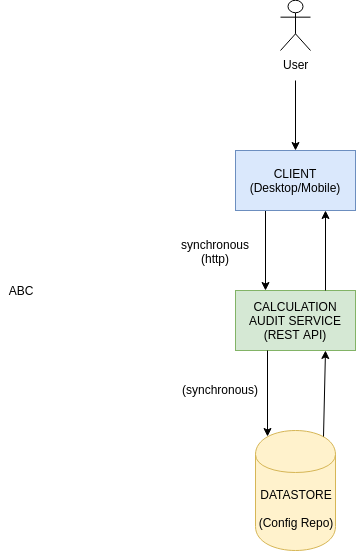
Above: Initial - Poll.png in rajkumar90/intuit-craft (draw.io), before the change. Source tidied: cells renumbered, new cells last; positions are measured from the earlier drawing's top-left corner, leaving out a move shared by most shapes.
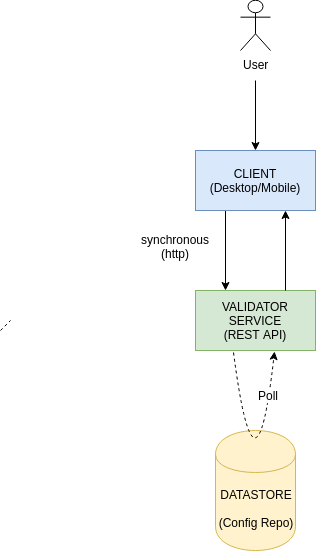
After the commit.

Change to the diagram source:
```diff
@@ -8,23 +8,15 @@
     <mxCell id="3" value="CLIENT (Desktop/Mobile)" style="rounded=0;whiteSpace=wrap;html=1;fillColor=#dae8fc;strokeColor=#6c8ebf;" parent="1" vertex="1">
       <mxGeometry x="235" y="150" width="120" height="60" as="geometry" />
     </mxCell>
-    <mxCell id="4" value="CALCULATION AUDIT SERVICE&lt;br&gt;(REST API)" style="rounded=0;whiteSpace=wrap;html=1;fillColor=#d5e8d4;strokeColor=#82b366;" parent="1" vertex="1">
+    <mxCell id="4" value="VALIDATOR SERVICE&lt;br&gt;(REST API)" style="rounded=0;whiteSpace=wrap;html=1;fillColor=#d5e8d4;strokeColor=#82b366;" parent="1" vertex="1">
       <mxGeometry x="235" y="290" width="120" height="60" as="geometry" />
     </mxCell>
     <mxCell id="5" value="DATASTORE&lt;br&gt;&lt;br&gt;(Config Repo)" style="shape=cylinder;whiteSpace=wrap;html=1;boundedLbl=1;backgroundOutline=1;rounded=0;fillColor=#fff2cc;strokeColor=#d6b656;" parent="1" vertex="1">
       <mxGeometry x="255" y="430" width="80" height="120" as="geometry" />
     </mxCell>
-    <mxCell id="6" style="endArrow=classic;html=1;entryX=0.15;entryY=0.05;entryDx=0;entryDy=0;entryPerimeter=0;" parent="1" edge="1" target="5">
-      <mxGeometry relative="1" as="geometry">
-        <mxPoint x="267" y="350" as="sourcePoint" />
-      </mxGeometry>
-    </mxCell>
     <mxCell id="7" style="endArrow=classic;html=1;exitX=0.75;exitY=0;exitDx=0;exitDy=0;entryX=0.75;entryY=1;entryDx=0;entryDy=0;" parent="1" edge="1" source="4" target="3">
       <mxGeometry relative="1" as="geometry" />
     </mxCell>
-    <mxCell id="8" style="endArrow=classic;html=1;exitX=0.85;exitY=0.05;exitDx=0;exitDy=0;exitPerimeter=0;entryX=0.75;entryY=1;entryDx=0;entryDy=0;" parent="1" edge="1" source="5" target="4">
-      <mxGeometry relative="1" as="geometry" />
-    </mxCell>
     <mxCell id="9" style="edgeStyle=orthogonalEdgeStyle;rounded=0;jettySize=auto;html=1;" parent="1" edge="1" target="3">
       <mxGeometry relative="1" as="geometry">
         <mxPoint x="295" y="80" as="sourcePoint" />
@@ -33,14 +25,24 @@
     <mxCell id="10" value="User&lt;br&gt;" style="shape=umlActor;verticalLabelPosition=bottom;labelBackgroundColor=#ffffff;verticalAlign=top;html=1;" parent="1" vertex="1">
       <mxGeometry x="280" width="30" height="50" as="geometry" />
     </mxCell>
+    <mxCell id="14" style="endArrow=classic;html=1;entryX=0.658;entryY=1.017;entryDx=0;entryDy=0;exitX=0.317;exitY=1.033;exitDx=0;exitDy=0;exitPerimeter=0;entryPerimeter=0;curved=1;dashed=1;arcSize=20;" parent="1" edge="1" source="4" target="4">
+      <mxGeometry relative="1" as="geometry">
+        <Array as="points">
+          <mxPoint x="295" y="520" />
+        </Array>
+      </mxGeometry>
+    </mxCell>
+    <mxCell id="15" value="Poll" style="text;html=1;align=center;verticalAlign=middle;labelBackgroundColor=#ffffff;" parent="14" vertex="1">
+      <mxGeometry x="-0.72" y="29" relative="1" as="geometry" />
+    </mxCell>
     <mxCell id="11" value="synchronous&lt;br&gt;(http)" style="text;html=1;align=center;verticalAlign=top;spacingTop=-4;" parent="1" vertex="1">
-      <mxGeometry x="175" y="235" width="80" height="30" as="geometry" />
+      <mxGeometry x="175" y="230" width="80" height="30" as="geometry" />
     </mxCell>
-    <mxCell id="12" value="(synchronous)" style="text;html=1;align=left;verticalAlign=top;spacingTop=-4;" parent="1" vertex="1">
-      <mxGeometry x="180" y="380" width="90" height="20" as="geometry" />
-    </mxCell>
-    <mxCell id="13" value="ABC" style="text;html=1;strokeColor=none;fillColor=none;align=center;verticalAlign=middle;whiteSpace=wrap;rounded=0;" parent="1" vertex="1">
-      <mxGeometry y="280" width="40" height="20" as="geometry" />
-    </mxCell>
+    <mxCell id="16" style="endArrow=none;dashed=1;html=1;" parent="1" edge="1">
+      <mxGeometry relative="1" as="geometry">
+        <mxPoint x="40" y="330" as="sourcePoint" />
+        <mxPoint x="50" y="320" as="targetPoint" />
+      </mxGeometry>
+    </mxCell>
   </root>
 </mxGraphModel>
```
